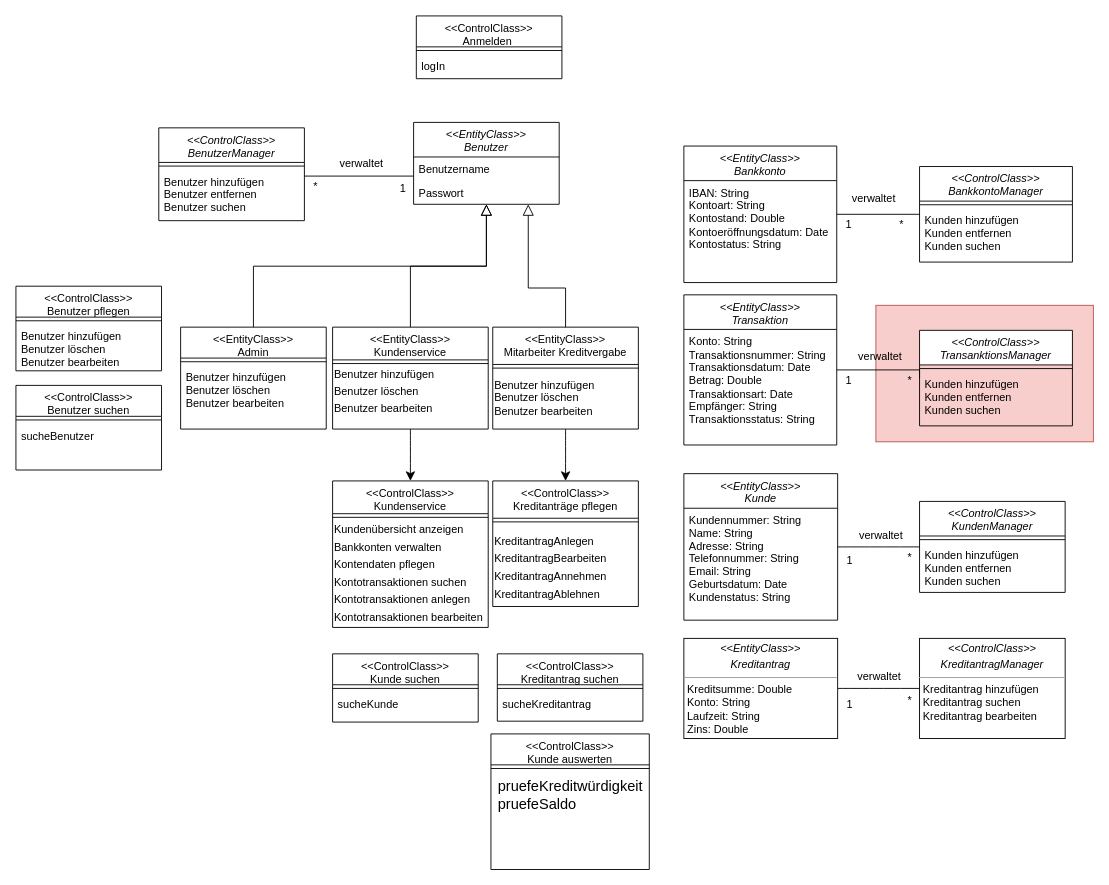
Above: page "Technischer Entwurf" (5 of 5) of Datenmodell.drawio in JaSc2912/VerteilteAnwendungen (draw.io), before the change. Source tidied: cells renumbered, new cells numbered last; positions are measured from the earlier drawing's top-left corner, leaving out a move shared by most shapes. Both pictures are drawn from the tidied source at 91%, with x=0, y=0 at pixel (15, 15).
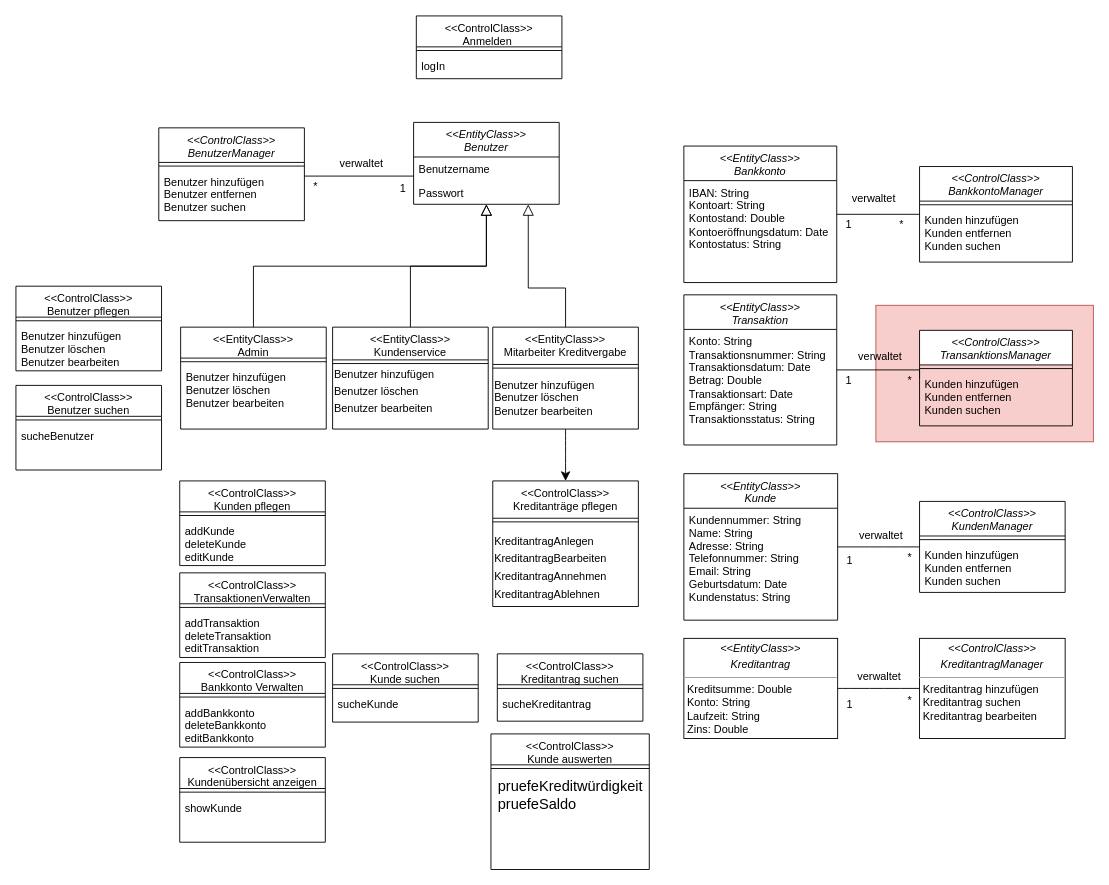
Above is the later version.

Unchanged cells that the change refers to:
```xml
<mxCell id="11" value="&lt;&lt;EntityClass&gt;&gt;&#10;Kundenservice" style="swimlane;fontStyle=0;align=center;verticalAlign=top;horizontal=1;startSize=36;rounded=0;shadow=0;strokeWidth=1;" parent="1" vertex="1">
  <mxGeometry x="348" y="342" width="171" height="112" as="geometry" />
</mxCell>
```

What changed in the source:
```diff
@@
-    <mxCell id="10" style="edgeStyle=none;curved=1;rounded=0;jettySize=auto;html=1;fontSize=12;startSize=8;endSize=8;" parent="1" edge="1" source="11" target="59">
-      <mxGeometry relative="1" as="geometry" />
-    </mxCell>
@@
-    <mxCell id="59" value="&lt;&lt;ControlClass&gt;&gt;&#10;Kundenservice" style="swimlane;fontStyle=0;align=center;verticalAlign=top;horizontal=1;startSize=36;rounded=0;shadow=0;strokeWidth=1;" parent="1" vertex="1">
-      <mxGeometry x="348" y="511" width="171" height="161" as="geometry" />
-    </mxCell>
-    <mxCell id="60" style="line;html=1;strokeWidth=1;align=left;verticalAlign=middle;spacingTop=-1;spacingLeft=3;spacingRight=3;labelPosition=right;" parent="59" vertex="1">
-      <mxGeometry y="36" width="171" height="8" as="geometry" />
-    </mxCell>
-    <mxCell id="61" value="&lt;span style=&quot;font-size: 12px;&quot;&gt;Kundenübersicht anzeigen&lt;/span&gt;&lt;br&gt;&lt;span style=&quot;font-size: 12px;&quot;&gt;Bankkonten verwalten&lt;/span&gt;&lt;br&gt;&lt;span style=&quot;font-size: 12px;&quot;&gt;Kontendaten pflegen&lt;/span&gt;&lt;br&gt;&lt;span style=&quot;font-size: 12px;&quot;&gt;Kontotransaktionen suchen&lt;/span&gt;&lt;br&gt;&lt;span style=&quot;font-size: 12px;&quot;&gt;Kontotransaktionen anlegen&lt;/span&gt;&lt;br&gt;&lt;span style=&quot;font-size: 12px;&quot;&gt;Kontotransaktionen bearbeiten&lt;/span&gt;" style="text;strokeColor=none;fillColor=none;html=1;align=left;verticalAlign=middle;whiteSpace=wrap;rounded=0;fontSize=16;" parent="59" vertex="1">
-      <mxGeometry y="44" width="171" height="111" as="geometry" />
-    </mxCell>
@@
+    <mxCell id="84" value="&lt;&lt;ControlClass&gt;&gt;&#10;Kunden pflegen" style="swimlane;fontStyle=0;align=center;verticalAlign=top;horizontal=1;startSize=34;rounded=0;shadow=0;strokeWidth=1;" parent="1" vertex="1">
+      <mxGeometry x="180" y="511" width="160" height="93" as="geometry" />
+    </mxCell>
+    <mxCell id="85" style="line;html=1;strokeWidth=1;align=left;verticalAlign=middle;spacingTop=-1;spacingLeft=3;spacingRight=3;labelPosition=right;" parent="84" vertex="1">
+      <mxGeometry y="34" width="160" height="8" as="geometry" />
+    </mxCell>
+    <mxCell id="86" value="addKunde&#10;deleteKunde&#10;editKunde" style="text;align=left;verticalAlign=top;spacingLeft=4;spacingRight=4;overflow=hidden;fontStyle=0;" parent="84" vertex="1">
+      <mxGeometry y="42" width="160" height="51" as="geometry" />
+    </mxCell>
@@
+    <mxCell id="87" value="&lt;&lt;ControlClass&gt;&gt;&#10;TransaktionenVerwalten" style="swimlane;fontStyle=0;align=center;verticalAlign=top;horizontal=1;startSize=34;rounded=0;shadow=0;strokeWidth=1;" parent="1" vertex="1">
+      <mxGeometry x="180" y="612" width="160" height="93" as="geometry" />
+    </mxCell>
+    <mxCell id="88" style="line;html=1;strokeWidth=1;align=left;verticalAlign=middle;spacingTop=-1;spacingLeft=3;spacingRight=3;labelPosition=right;" parent="87" vertex="1">
+      <mxGeometry y="34" width="160" height="8" as="geometry" />
+    </mxCell>
+    <mxCell id="89" value="addTransaktion&#10;deleteTransaktion&#10;editTransaktion" style="text;align=left;verticalAlign=top;spacingLeft=4;spacingRight=4;overflow=hidden;fontStyle=0;" parent="87" vertex="1">
+      <mxGeometry y="42" width="160" height="51" as="geometry" />
+    </mxCell>
+    <mxCell id="90" value="&lt;&lt;ControlClass&gt;&gt;&#10;Bankkonto Verwalten" style="swimlane;fontStyle=0;align=center;verticalAlign=top;horizontal=1;startSize=34;rounded=0;shadow=0;strokeWidth=1;" parent="1" vertex="1">
+      <mxGeometry x="180" y="710.5" width="160" height="93" as="geometry" />
+    </mxCell>
+    <mxCell id="91" style="line;html=1;strokeWidth=1;align=left;verticalAlign=middle;spacingTop=-1;spacingLeft=3;spacingRight=3;labelPosition=right;" parent="90" vertex="1">
+      <mxGeometry y="34" width="160" height="8" as="geometry" />
+    </mxCell>
+    <mxCell id="92" value="addBankkonto&#10;deleteBankkonto&#10;editBankkonto" style="text;align=left;verticalAlign=top;spacingLeft=4;spacingRight=4;overflow=hidden;fontStyle=0;" parent="90" vertex="1">
+      <mxGeometry y="42" width="160" height="51" as="geometry" />
+    </mxCell>
+    <mxCell id="93" value="&lt;&lt;ControlClass&gt;&gt;&#10;Kundenübersicht anzeigen" style="swimlane;fontStyle=0;align=center;verticalAlign=top;horizontal=1;startSize=34;rounded=0;shadow=0;strokeWidth=1;" parent="1" vertex="1">
+      <mxGeometry x="180" y="815" width="160" height="93" as="geometry" />
+    </mxCell>
+    <mxCell id="94" style="line;html=1;strokeWidth=1;align=left;verticalAlign=middle;spacingTop=-1;spacingLeft=3;spacingRight=3;labelPosition=right;" parent="93" vertex="1">
+      <mxGeometry y="34" width="160" height="8" as="geometry" />
+    </mxCell>
+    <mxCell id="95" value="showKunde" style="text;align=left;verticalAlign=top;spacingLeft=4;spacingRight=4;overflow=hidden;fontStyle=0;" parent="93" vertex="1">
+      <mxGeometry y="42" width="160" height="51" as="geometry" />
+    </mxCell>
```
